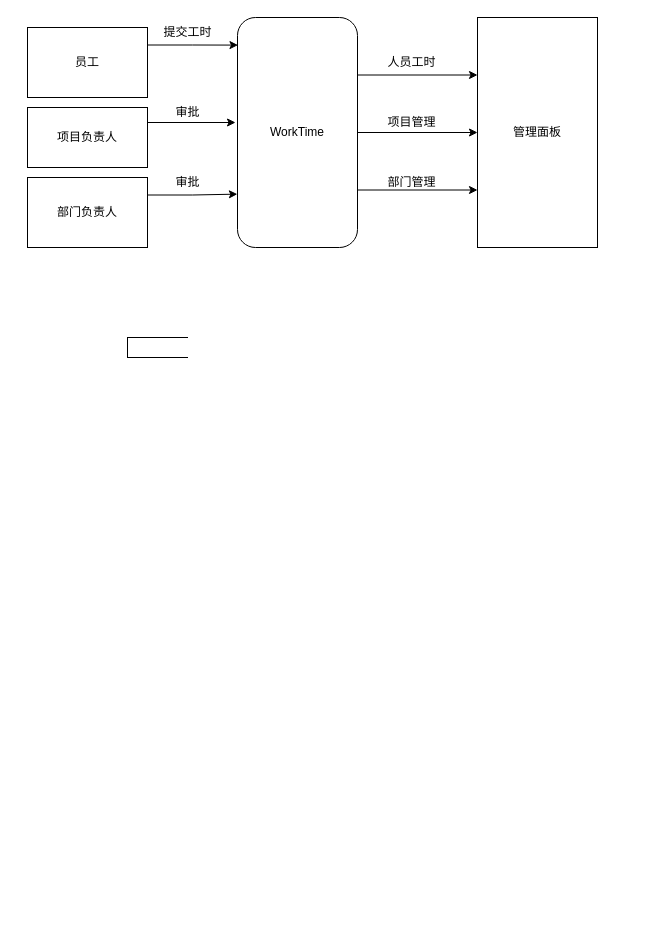
The draw.io diagram WorkTime/WorkTime.drawio in Alive0103/chart, before the edit. Source tidied: cells renumbered, new cells numbered last; positions are measured from the earlier drawing's top-left corner, leaving out a move shared by most shapes. Both pictures are drawn from the tidied source at 100%, with x=0, y=0 at pixel (27, 17).
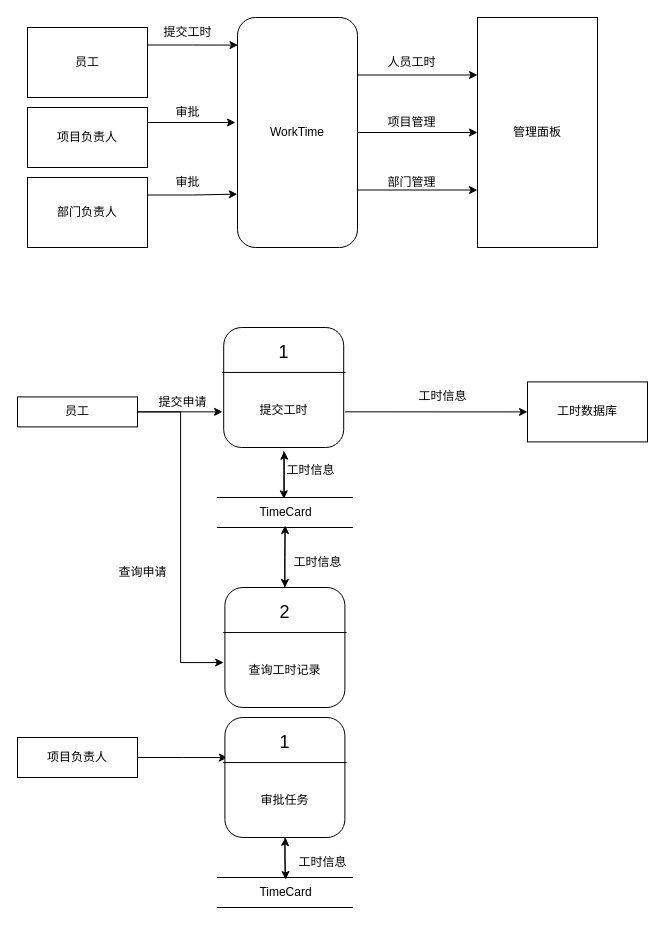
The same diagram, later.

What changed in the source:
```diff
@@
-    <mxCell id="2" style="group;" parent="1" vertex="1">
-      <mxGeometry x="100" y="320" width="120" height="20" as="geometry" />
-    </mxCell>
-    <mxCell id="3" style="shape=partialRectangle;whiteSpace=wrap;html=1;top=0;bottom=0;fillColor=none;rotation=-90;" parent="2" vertex="1">
-      <mxGeometry x="20" y="-20" width="20" height="60" as="geometry" />
-    </mxCell>
-    <mxCell id="4" style="shape=partialRectangle;whiteSpace=wrap;html=1;right=0;top=0;bottom=0;fillColor=none;routingCenterX=-0.5;" parent="2" vertex="1">
-      <mxGeometry width="120" height="20" as="geometry" />
-    </mxCell>
@@
+    <mxCell id="23" style="edgeStyle=orthogonalEdgeStyle;rounded=0;jettySize=auto;html=1;entryX=0.5;entryY=1;entryDx=0;entryDy=0;" parent="1" edge="1" source="25" target="28">
+      <mxGeometry relative="1" as="geometry" />
+    </mxCell>
+    <mxCell id="24" style="edgeStyle=orthogonalEdgeStyle;rounded=0;jettySize=auto;html=1;exitX=1;exitY=0.5;exitDx=0;exitDy=0;entryX=0.25;entryY=1;entryDx=0;entryDy=0;" parent="1" edge="1" source="25" target="34">
+      <mxGeometry relative="1" as="geometry" />
+    </mxCell>
+    <mxCell id="25" value="员工" style="rounded=0;whiteSpace=wrap;html=1;" parent="1" vertex="1">
+      <mxGeometry x="-10" y="379.4" width="120" height="30" as="geometry" />
+    </mxCell>
+    <mxCell id="26" style="group;" parent="1" vertex="1">
+      <mxGeometry x="195" y="310" width="122.5" height="165" as="geometry" />
+    </mxCell>
+    <mxCell id="27" style="rounded=1;whiteSpace=wrap;html=1;" parent="26" vertex="1">
+      <mxGeometry x="1.2" width="120" height="120" as="geometry" />
+    </mxCell>
+    <mxCell id="28" style="shape=partialRectangle;whiteSpace=wrap;html=1;right=0;top=0;bottom=0;fillColor=none;routingCenterX=-0.5;rotation=90;" parent="26" vertex="1">
+      <mxGeometry x="21.9" y="23.1" width="78.8" height="122.5" as="geometry" />
+    </mxCell>
+    <mxCell id="29" value="&lt;font style=&quot;font-size: 18px;&quot;&gt;1&lt;/font&gt;" style="text;html=1;align=center;verticalAlign=middle;strokeColor=none;fillColor=none;" parent="26" vertex="1">
+      <mxGeometry x="46.2" y="5" width="30" height="40" as="geometry" />
+    </mxCell>
+    <mxCell id="30" value="提交工时" style="text;html=1;align=center;verticalAlign=middle;strokeColor=none;fillColor=none;" parent="26" vertex="1">
+      <mxGeometry x="26.2" y="67.5" width="70" height="30" as="geometry" />
+    </mxCell>
+    <mxCell id="31" value="工时信息" style="text;html=1;align=center;verticalAlign=middle;strokeColor=none;fillColor=none;" parent="26" vertex="1">
+      <mxGeometry x="52.5" y="128" width="70" height="30" as="geometry" />
+    </mxCell>
+    <mxCell id="32" style="group;" parent="1" vertex="1">
+      <mxGeometry x="196.2" y="570" width="122.5" height="165" as="geometry" />
+    </mxCell>
+    <mxCell id="33" style="rounded=1;whiteSpace=wrap;html=1;" parent="32" vertex="1">
+      <mxGeometry x="1.2" width="120" height="120" as="geometry" />
+    </mxCell>
+    <mxCell id="34" style="shape=partialRectangle;whiteSpace=wrap;html=1;right=0;top=0;bottom=0;fillColor=none;routingCenterX=-0.5;rotation=90;" parent="32" vertex="1">
+      <mxGeometry x="1.2" y="43.8" width="120" height="122.5" as="geometry" />
+    </mxCell>
+    <mxCell id="35" value="&lt;font style=&quot;font-size: 18px;&quot;&gt;2&lt;/font&gt;" style="text;html=1;align=center;verticalAlign=middle;strokeColor=none;fillColor=none;" parent="32" vertex="1">
+      <mxGeometry x="46.2" y="5" width="30" height="40" as="geometry" />
+    </mxCell>
+    <mxCell id="36" value="查询工时记录" style="text;html=1;align=center;verticalAlign=middle;strokeColor=none;fillColor=none;" parent="32" vertex="1">
+      <mxGeometry x="11.2" y="67.5" width="100" height="30" as="geometry" />
+    </mxCell>
+    <mxCell id="37" style="group;" parent="1" vertex="1">
+      <mxGeometry x="190" y="480" width="135" height="30" as="geometry" />
+    </mxCell>
+    <mxCell id="38" style="shape=partialRectangle;whiteSpace=wrap;html=1;top=0;bottom=0;fillColor=none;rotation=-90;" parent="37" vertex="1">
+      <mxGeometry x="52.5" y="-52.5" width="30" height="135" as="geometry" />
+    </mxCell>
+    <mxCell id="39" value="TimeCard" style="text;html=1;align=center;verticalAlign=middle;points=[];strokeColor=none;fillColor=none;" parent="37" vertex="1">
+      <mxGeometry x="27.5" width="80" height="30" as="geometry" />
+    </mxCell>
+    <mxCell id="40" style="edgeStyle=orthogonalEdgeStyle;rounded=0;jettySize=auto;html=1;" parent="1" edge="1" source="39" target="28">
+      <mxGeometry relative="1" as="geometry">
+        <Array as="points">
+          <mxPoint x="260" y="440" />
+          <mxPoint x="260" y="440" />
+        </Array>
+      </mxGeometry>
+    </mxCell>
+    <mxCell id="41" style="edgeStyle=orthogonalEdgeStyle;rounded=0;jettySize=auto;html=1;entryX=0.486;entryY=0.044;entryDx=0;entryDy=0;entryPerimeter=0;" parent="1" edge="1" source="28" target="39">
+      <mxGeometry relative="1" as="geometry" />
+    </mxCell>
+    <mxCell id="42" style="edgeStyle=orthogonalEdgeStyle;rounded=0;orthogonalLoop=1;jettySize=auto;html=1;entryX=0.462;entryY=0.933;entryDx=0;entryDy=0;entryPerimeter=0;" parent="1" edge="1">
+      <mxGeometry relative="1" as="geometry">
+        <mxPoint x="257.2" y="570" as="sourcePoint" />
+        <mxPoint x="257.7" y="508" as="targetPoint" />
+        <Array as="points">
+          <mxPoint x="257.2" y="540" />
+          <mxPoint x="258.2" y="540" />
+        </Array>
+      </mxGeometry>
+    </mxCell>
+    <mxCell id="43" style="edgeStyle=orthogonalEdgeStyle;rounded=0;jettySize=auto;html=1;entryX=0.5;entryY=0;entryDx=0;entryDy=0;" parent="1" edge="1" source="39" target="33">
+      <mxGeometry relative="1" as="geometry" />
+    </mxCell>
+    <mxCell id="44" value="工时信息" style="text;html=1;align=center;verticalAlign=middle;strokeColor=none;fillColor=none;" parent="1" vertex="1">
+      <mxGeometry x="255" y="530" width="70" height="30" as="geometry" />
+    </mxCell>
+    <mxCell id="45" value="提交申请" style="text;html=1;align=center;verticalAlign=middle;strokeColor=none;fillColor=none;" parent="1" vertex="1">
+      <mxGeometry x="120" y="370" width="70" height="30" as="geometry" />
+    </mxCell>
+    <mxCell id="46" value="查询申请" style="text;html=1;align=center;verticalAlign=middle;strokeColor=none;fillColor=none;" parent="1" vertex="1">
+      <mxGeometry x="80" y="540" width="70" height="30" as="geometry" />
+    </mxCell>
+    <mxCell id="47" value="工时数据库" style="rounded=0;whiteSpace=wrap;html=1;" parent="1" vertex="1">
+      <mxGeometry x="500" y="364.4" width="120" height="60" as="geometry" />
+    </mxCell>
+    <mxCell id="48" style="edgeStyle=orthogonalEdgeStyle;rounded=0;jettySize=auto;html=1;exitX=0.5;exitY=0;exitDx=0;exitDy=0;entryX=0;entryY=0.5;entryDx=0;entryDy=0;" parent="1" edge="1" source="28" target="47">
+      <mxGeometry relative="1" as="geometry" />
+    </mxCell>
+    <mxCell id="49" value="工时信息" style="text;html=1;align=center;verticalAlign=middle;strokeColor=none;fillColor=none;" parent="1" vertex="1">
+      <mxGeometry x="380" y="364.4" width="70" height="30" as="geometry" />
+    </mxCell>
+    <mxCell id="50" style="edgeStyle=orthogonalEdgeStyle;rounded=0;jettySize=auto;html=1;exitX=1;exitY=0.5;exitDx=0;exitDy=0;" parent="1" edge="1" source="51">
+      <mxGeometry relative="1" as="geometry">
+        <mxPoint x="200" y="740.1" as="targetPoint" />
+      </mxGeometry>
+    </mxCell>
+    <mxCell id="51" value="项目负责人" style="rounded=0;whiteSpace=wrap;html=1;" parent="1" vertex="1">
+      <mxGeometry x="-10" y="720" width="120" height="40" as="geometry" />
+    </mxCell>
+    <mxCell id="52" style="group;" parent="1" vertex="1">
+      <mxGeometry x="196.2" y="700" width="133.8" height="165" as="geometry" />
+    </mxCell>
+    <mxCell id="53" style="rounded=1;whiteSpace=wrap;html=1;" parent="52" vertex="1">
+      <mxGeometry x="1.2" width="120" height="120" as="geometry" />
+    </mxCell>
+    <mxCell id="54" style="shape=partialRectangle;whiteSpace=wrap;html=1;right=0;top=0;bottom=0;fillColor=none;routingCenterX=-0.5;rotation=90;" parent="52" vertex="1">
+      <mxGeometry x="1.2" y="43.8" width="120" height="122.5" as="geometry" />
+    </mxCell>
+    <mxCell id="55" value="&lt;font style=&quot;font-size: 18px;&quot;&gt;1&lt;/font&gt;" style="text;html=1;align=center;verticalAlign=middle;strokeColor=none;fillColor=none;" parent="52" vertex="1">
+      <mxGeometry x="46.2" y="5" width="30" height="40" as="geometry" />
+    </mxCell>
+    <mxCell id="56" value="审批任务" style="text;html=1;align=center;verticalAlign=middle;strokeColor=none;fillColor=none;" parent="52" vertex="1">
+      <mxGeometry x="26.2" y="67.5" width="70" height="30" as="geometry" />
+    </mxCell>
+    <mxCell id="57" value="工时信息" style="text;html=1;align=center;verticalAlign=middle;strokeColor=none;fillColor=none;" parent="52" vertex="1">
+      <mxGeometry x="63.8" y="130" width="70" height="30" as="geometry" />
+    </mxCell>
+    <mxCell id="58" style="group;" parent="1" vertex="1">
+      <mxGeometry x="190" y="860" width="135" height="30" as="geometry" />
+    </mxCell>
+    <mxCell id="59" style="shape=partialRectangle;whiteSpace=wrap;html=1;top=0;bottom=0;fillColor=none;rotation=-90;" parent="58" vertex="1">
+      <mxGeometry x="52.5" y="-52.5" width="30" height="135" as="geometry" />
+    </mxCell>
+    <mxCell id="60" value="TimeCard" style="text;html=1;align=center;verticalAlign=middle;points=[];strokeColor=none;fillColor=none;" parent="58" vertex="1">
+      <mxGeometry x="27.5" width="80" height="30" as="geometry" />
+    </mxCell>
+    <mxCell id="61" style="edgeStyle=orthogonalEdgeStyle;rounded=0;jettySize=auto;html=1;" parent="1" edge="1" source="60">
+      <mxGeometry relative="1" as="geometry">
+        <mxPoint x="258" y="820" as="targetPoint" />
+        <Array as="points">
+          <mxPoint x="258" y="829" />
+          <mxPoint x="258" y="829" />
+        </Array>
+      </mxGeometry>
+    </mxCell>
+    <mxCell id="62" style="edgeStyle=orthogonalEdgeStyle;rounded=0;jettySize=auto;html=1;entryX=0.51;entryY=0.067;entryDx=0;entryDy=0;entryPerimeter=0;" parent="1" edge="1" source="53" target="60">
+      <mxGeometry relative="1" as="geometry" />
+    </mxCell>
```
